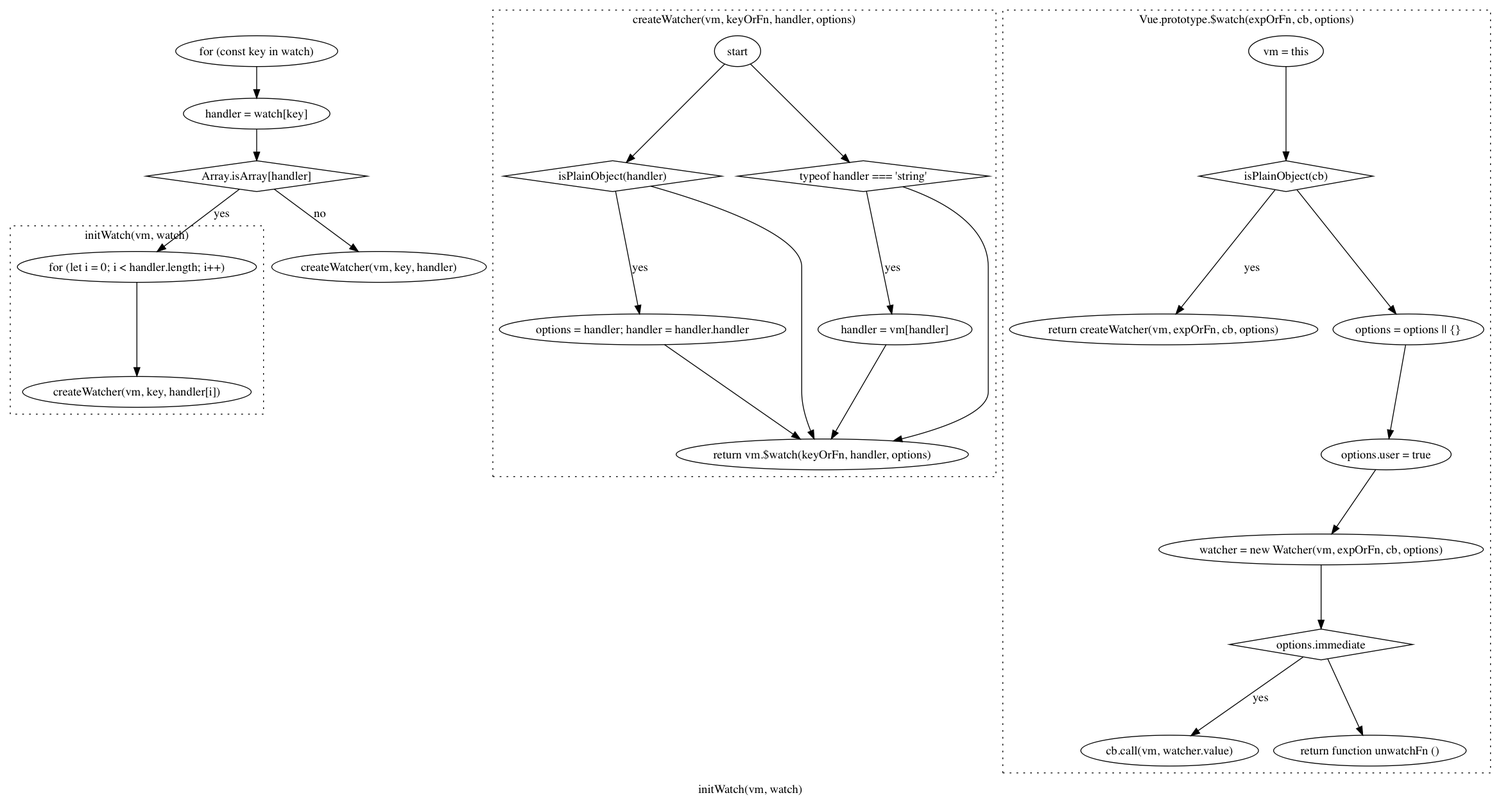
ltaoo/vueSourceAnalysis keeps this Graphviz diagram as initWatch.png. Above is the earlier version. Its source is kept beside it as initWatch.gv.
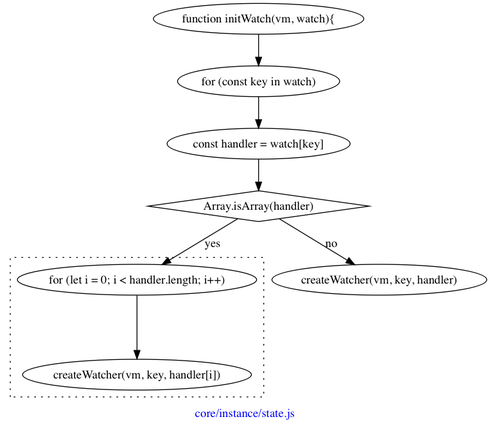
After the change.

What changed in the source:
```diff
@@ -1,27 +1,35 @@
 digraph G {
-    label="initWatch(vm, watch)"
+    graph [
+        label="core/instance/state.js"
+        fontcolor=blue
+    ]
+
+    start [
+        label="function initWatch(vm, watch){"
+    ]
 
     walkWatch [
         label="for (const key in watch)"
     ]
-
-    getHandler [
-        label="handler = watch[key]"
+    start -> walkWatch
+    varHandler [
+        label="const handler = watch[key]"
     ]
-
-    walkWatch -> getHandler
+    walkWatch -> varHandler
     isArray [
-        label="Array.isArray[handler]"
+        label="Array.isArray(handler)"
         shape=diamond
     ]
-
-    getHandler -> isArray
-    walk [
-        label="for (let i = 0; i < handler.length; i++)"
-    ]
+    varHandler -> isArray
     isArray -> walk [label="yes"]
     subgraph cluster_walk {
-        graph[style=dotted]
+        graph[
+            label=""
+            style=dotted
+        ]
+        walk [
+            label="for (let i = 0; i < handler.length; i++)"
+        ]
         createWatcher [
             label="createWatcher(vm, key, handler[i])"
         ]
@@ -31,83 +39,4 @@
         label="createWatcher(vm, key, handler)"
     ]
     isArray -> createWatcherSingle [label="no"]
-
-    subgraph cluster_createWatcher {
-        graph[style=dotted]
-        label="createWatcher(vm, keyOrFn, handler, options)"
-        isObject [
-            label="isPlainObject(handler)"
-            shape=diamond
-        ]
-        start -> isObject
-
-        resetOptions [
-            label="options = handler; handler = handler.handler"
-        ]
-
-        isObject -> resetOptions [label="yes"]
-        handlerIsString [
-            label="typeof handler === 'string'"
-            shape=diamond
-        ]
-        start -> handlerIsString
-        resetHandler [
-            label="handler = vm[handler]"
-        ]
-        handlerIsString -> resetHandler [label="yes"]
-
-        return [
-            label="return vm.$watch(keyOrFn, handler, options)"
-        ]
-        handlerIsString -> return
-        isObject -> return
-        resetOptions -> return
-        resetHandler -> return
-    }
-
-    subgraph cluster_watch {
-        graph[style=dotted]
-        label="Vue.prototype.$watch(expOrFn, cb, options)"
-
-        getVm [
-            label="vm = this"
-        ]
-
-        cbIsObj [
-            label="isPlainObject(cb)"
-            shape=diamond
-        ]
-
-        getVm -> cbIsObj
-        returnWatcher [
-            label="return createWatcher(vm, expOrFn, cb, options)"
-        ]
-        cbIsObj -> returnWatcher [label="yes"]
-
-        getOptions [
-            label="options = options || {}"
-        ]
-        cbIsObj -> getOptions
-        setUser [
-            label="options.user = true"
-        ]
-        getOptions -> setUser
-        getWatcher [
-            label="watcher = new Watcher(vm, expOrFn, cb, options)"
-        ]
-        setUser -> getWatcher
-        isImmediate [
-            label="options.immediate"
-            shape=diamond
-        ]
-        getWatcher -> isImmediate
-        call [
-            label="cb.call(vm, watcher.value)"
-        ]
-        isImmediate -> call [label="yes"]
-        returnFn [
-            label="return function unwatchFn ()"
-        ]
-        isImmediate -> returnFn
-    }
 }
```
